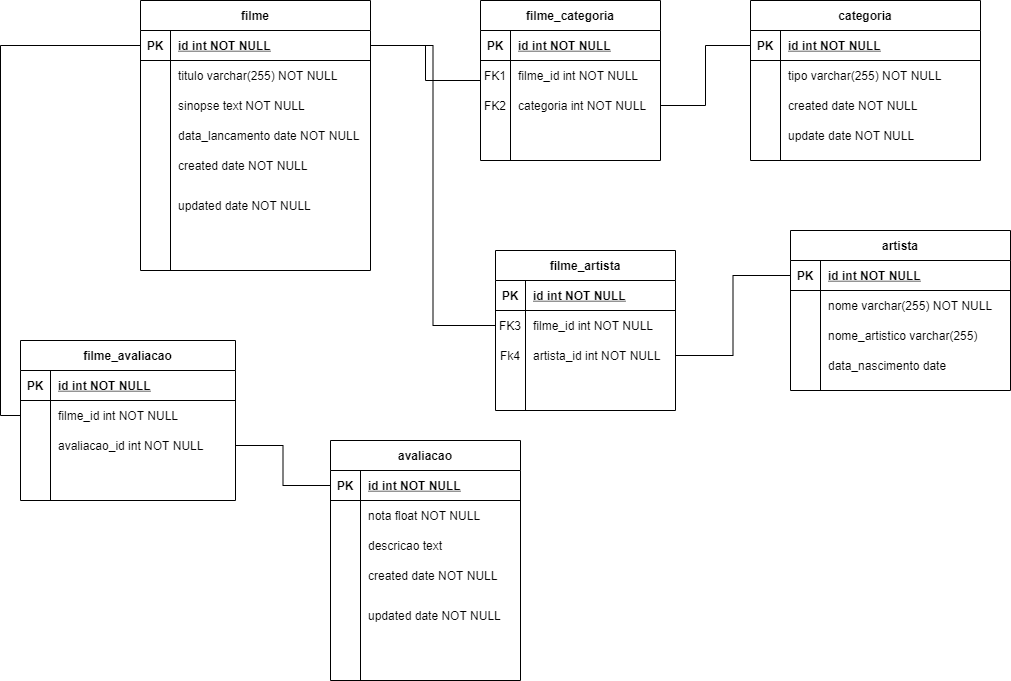
Above: Modelo Relacional.png in LarissaMerida/curso-bd (draw.io), before the change. Source tidied: cells renumbered, new cells last; positions are measured from the earlier drawing's top-left corner, leaving out a move shared by most shapes.
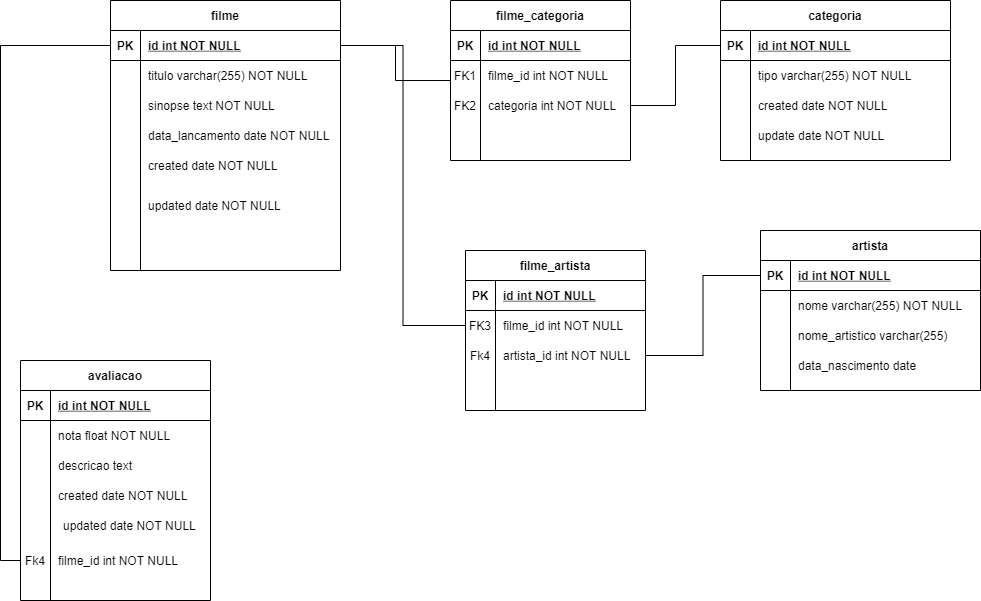
The same file after the commit.

Change to the diagram source:
```diff
@@ -129,7 +129,7 @@
       <mxGeometry x="30" width="190" height="30" as="geometry" />
     </mxCell>
     <mxCell id="44" value="avaliacao" style="shape=table;startSize=30;rowLines=0;fontStyle=1;align=center;" parent="1" vertex="1">
-      <mxGeometry x="310" y="440" width="190" height="240" as="geometry" />
+      <mxGeometry x="30" y="360" width="190" height="240" as="geometry" />
     </mxCell>
     <mxCell id="45" style="shape=partialRectangle;fillColor=none;top=0;left=0;bottom=1;right=0;points=[[0,0.5],[1,0.5]];portConstraint=eastwest;" parent="44" vertex="1">
       <mxGeometry y="30" width="190" height="30" as="geometry" />
@@ -168,7 +168,7 @@
       <mxGeometry x="30" width="160" height="30" as="geometry" />
     </mxCell>
     <mxCell id="57" style="shape=partialRectangle;fillColor=none;top=0;left=0;bottom=0;right=0;" parent="1" vertex="1">
-      <mxGeometry x="310" y="600" width="180" height="30" as="geometry" />
+      <mxGeometry x="35" y="510" width="180" height="30" as="geometry" />
     </mxCell>
     <mxCell id="58" style="shape=partialRectangle;fillColor=none;top=0;left=0;bottom=0;right=0;overflow=hidden;" parent="57" vertex="1">
       <mxGeometry x="-4" width="30" height="30" as="geometry" />
@@ -266,50 +266,17 @@
     <mxCell id="89" style="edgeStyle=orthogonalEdgeStyle;rounded=0;jettySize=auto;html=1;entryX=0;entryY=0.5;entryDx=0;entryDy=0;endArrow=none;endFill=0;" parent="1" edge="1" source="3" target="79">
       <mxGeometry relative="1" as="geometry" />
     </mxCell>
-    <mxCell id="90" value="filme_avaliacao" style="shape=table;startSize=30;rowLines=0;fontStyle=1;align=center;" parent="1" vertex="1">
-      <mxGeometry y="340" width="215" height="160" as="geometry" />
-    </mxCell>
-    <mxCell id="91" style="shape=partialRectangle;fillColor=none;top=0;left=0;bottom=1;right=0;" parent="90" vertex="1">
-      <mxGeometry y="30" width="215" height="30" as="geometry" />
-    </mxCell>
-    <mxCell id="92" value="PK" style="shape=partialRectangle;fillColor=none;top=0;left=0;bottom=0;right=0;fontStyle=1;overflow=hidden;" parent="91" vertex="1">
-      <mxGeometry width="30" height="30" as="geometry" />
-    </mxCell>
-    <mxCell id="93" value="id int NOT NULL" style="shape=partialRectangle;fillColor=none;top=0;left=0;bottom=0;right=0;align=left;spacingLeft=6;fontStyle=5;overflow=hidden;" parent="91" vertex="1">
-      <mxGeometry x="30" width="185" height="30" as="geometry" />
-    </mxCell>
-    <mxCell id="94" style="shape=partialRectangle;fillColor=none;top=0;left=0;bottom=0;right=0;points=[[0,0.5],[1,0.5]];portConstraint=eastwest;" parent="90" vertex="1">
-      <mxGeometry y="60" width="215" height="30" as="geometry" />
-    </mxCell>
-    <mxCell id="95" style="shape=partialRectangle;fillColor=none;top=0;left=0;bottom=0;right=0;overflow=hidden;" parent="94" vertex="1">
-      <mxGeometry width="30" height="30" as="geometry" />
-    </mxCell>
+    <mxCell id="104" style="edgeStyle=orthogonalEdgeStyle;rounded=0;jettySize=auto;html=1;endArrow=none;endFill=0;entryX=0;entryY=0.5;entryDx=0;entryDy=0;" parent="1" edge="1" source="3" target="105">
+      <mxGeometry relative="1" as="geometry" />
+    </mxCell>
+    <mxCell id="105" style="shape=partialRectangle;fillColor=none;top=0;left=0;bottom=0;right=0;points=[[0,0.5],[1,0.5]];portConstraint=eastwest;" parent="1" vertex="1">
+      <mxGeometry x="30" y="545" width="180" height="30" as="geometry" />
+    </mxCell>
+    <mxCell id="106" value="Fk4" style="shape=partialRectangle;fillColor=none;top=0;left=0;bottom=0;right=0;overflow=hidden;" parent="105" vertex="1">
+      <mxGeometry width="30" height="30" as="geometry" />
+    </mxCell>
-    <mxCell id="96" value="filme_id int NOT NULL" style="shape=partialRectangle;fillColor=none;top=0;left=0;bottom=0;right=0;align=left;spacingLeft=6;overflow=hidden;" parent="94" vertex="1">
-      <mxGeometry x="30" width="185" height="30" as="geometry" />
+    <mxCell id="96" value="filme_id int NOT NULL" style="shape=partialRectangle;fillColor=none;top=0;left=0;bottom=0;right=0;align=left;spacingLeft=6;overflow=hidden;" parent="105" vertex="1">
+      <mxGeometry x="30" width="150" height="30" as="geometry" />
     </mxCell>
-    <mxCell id="97" style="shape=partialRectangle;fillColor=none;top=0;left=0;bottom=0;right=0;points=[[0,0.5],[1,0.5]];portConstraint=eastwest;" parent="90" vertex="1">
-      <mxGeometry y="90" width="215" height="30" as="geometry" />
-    </mxCell>
-    <mxCell id="98" style="shape=partialRectangle;fillColor=none;top=0;left=0;bottom=0;right=0;overflow=hidden;" parent="97" vertex="1">
-      <mxGeometry width="30" height="30" as="geometry" />
-    </mxCell>
-    <mxCell id="99" value="avaliacao_id int NOT NULL" style="shape=partialRectangle;fillColor=none;top=0;left=0;bottom=0;right=0;align=left;spacingLeft=6;overflow=hidden;" parent="97" vertex="1">
-      <mxGeometry x="30" width="185" height="30" as="geometry" />
-    </mxCell>
-    <mxCell id="100" style="shape=partialRectangle;fillColor=none;top=0;left=0;bottom=0;right=0;" parent="90" vertex="1">
-      <mxGeometry y="120" width="215" height="30" as="geometry" />
-    </mxCell>
-    <mxCell id="101" style="shape=partialRectangle;fillColor=none;top=0;left=0;bottom=0;right=0;overflow=hidden;" parent="100" vertex="1">
-      <mxGeometry width="30" height="30" as="geometry" />
-    </mxCell>
-    <mxCell id="102" style="shape=partialRectangle;fillColor=none;top=0;left=0;bottom=0;right=0;align=left;spacingLeft=6;overflow=hidden;" parent="100" vertex="1">
-      <mxGeometry x="30" width="185" height="30" as="geometry" />
-    </mxCell>
-    <mxCell id="103" style="edgeStyle=orthogonalEdgeStyle;rounded=0;jettySize=auto;html=1;entryX=1;entryY=0.5;entryDx=0;entryDy=0;endArrow=none;endFill=0;" parent="1" edge="1" source="45" target="97">
-      <mxGeometry relative="1" as="geometry" />
-    </mxCell>
-    <mxCell id="104" style="edgeStyle=orthogonalEdgeStyle;rounded=0;jettySize=auto;html=1;entryX=0;entryY=0.5;entryDx=0;entryDy=0;endArrow=none;endFill=0;" parent="1" edge="1" source="3" target="94">
-      <mxGeometry relative="1" as="geometry" />
-    </mxCell>
   </root>
 </mxGraphModel>
```
